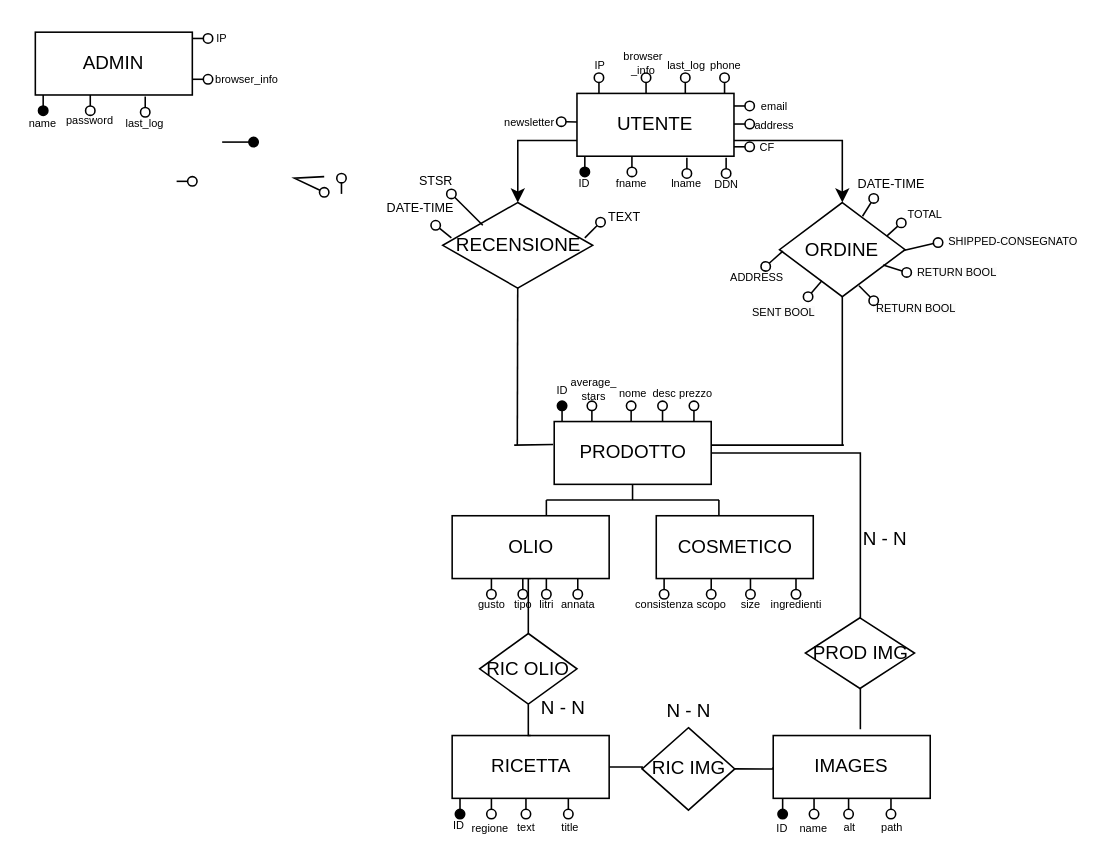
Pasqualecoder/FratelliMuraca keeps this draw.io diagram as diagramma er.drawio. Above is the earlier version. Source tidied: cells renumbered, new cells numbered last; positions are measured from the earlier drawing's top-left corner, leaving out a move shared by most shapes. Both pictures are drawn from the tidied source at 157%, with x=0, y=0 at pixel (27, 31).
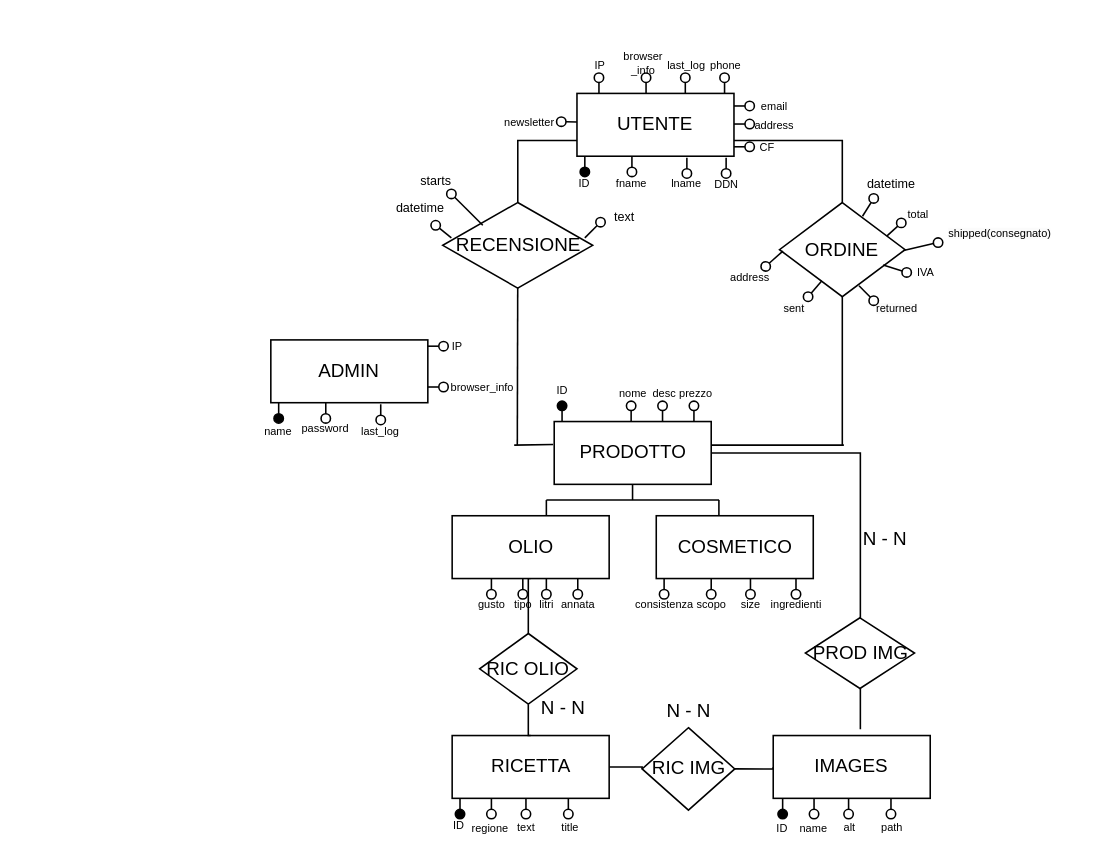
The same page after the edit.

Unchanged cells that the change refers to:
```xml
<mxCell id="17" value="UTENTE" style="whiteSpace=wrap;html=1;align=center;" parent="1" vertex="1">
  <mxGeometry x="350" y="39" width="100" height="40" as="geometry" />
</mxCell>
<mxCell id="105" value="RECENSIONE" style="rhombus;whiteSpace=wrap;html=1;" parent="1" vertex="1">
  <mxGeometry x="264.5" y="108.5" width="95.5" height="54.5" as="geometry" />
</mxCell>
<mxCell id="106" value="ORDINE" style="rhombus;whiteSpace=wrap;html=1;" parent="1" vertex="1">
  <mxGeometry x="479" y="108.5" width="80" height="60" as="geometry" />
</mxCell>
```

Change to the diagram source:
```diff
@@
     <mxCell id="2" value="ADMIN" style="whiteSpace=wrap;html=1;align=center;" parent="1" vertex="1">
-      <mxGeometry x="5" width="100" height="40" as="geometry" />
+      <mxGeometry x="155" y="196" width="100" height="40" as="geometry" />
     </mxCell>
-    <mxCell id="3" style="endArrow=oval;html=1;rounded=0;endFill=1;" parent="1" edge="1">
-      <mxGeometry relative="1" as="geometry">
-        <mxPoint x="124" y="70" as="sourcePoint" />
-        <mxPoint x="144" y="70" as="targetPoint" />
-      </mxGeometry>
-    </mxCell>
-    <mxCell id="4" style="endArrow=oval;html=1;rounded=0;endFill=0;" parent="1" edge="1">
-      <mxGeometry relative="1" as="geometry">
-        <mxPoint x="200" y="103" as="sourcePoint" />
-        <mxPoint x="200" y="93" as="targetPoint" />
-      </mxGeometry>
-    </mxCell>
     <mxCell id="5" style="endArrow=oval;html=1;rounded=0;endFill=1;" parent="1" edge="1">
       <mxGeometry relative="1" as="geometry">
-        <mxPoint x="10" y="40" as="sourcePoint" />
-        <mxPoint x="10" y="50" as="targetPoint" />
+        <mxPoint x="160" y="236" as="sourcePoint" />
+        <mxPoint x="160" y="246" as="targetPoint" />
       </mxGeometry>
     </mxCell>
     <mxCell id="6" value="name" style="text;html=1;align=center;verticalAlign=middle;whiteSpace=wrap;rounded=0;fontSize=7;" parent="1" vertex="1">
-      <mxGeometry y="54" width="20" height="10" as="geometry" />
+      <mxGeometry x="150" y="250" width="20" height="10" as="geometry" />
     </mxCell>
     <mxCell id="7" style="endArrow=oval;html=1;rounded=0;endFill=0;" parent="1" edge="1">
       <mxGeometry relative="1" as="geometry">
-        <mxPoint x="40" y="40" as="sourcePoint" />
-        <mxPoint x="40" y="50" as="targetPoint" />
+        <mxPoint x="190" y="236" as="sourcePoint" />
+        <mxPoint x="190" y="246" as="targetPoint" />
       </mxGeometry>
     </mxCell>
     <mxCell id="8" value="password" style="text;html=1;align=center;verticalAlign=middle;whiteSpace=wrap;rounded=0;fontSize=7;" parent="1" vertex="1">
-      <mxGeometry x="30" y="50" width="20" height="13" as="geometry" />
+      <mxGeometry x="180" y="246" width="20" height="13" as="geometry" />
     </mxCell>
     <mxCell id="9" style="endArrow=oval;html=1;rounded=0;endFill=0;" parent="1" edge="1">
       <mxGeometry relative="1" as="geometry">
-        <mxPoint x="75" y="41" as="sourcePoint" />
-        <mxPoint x="75" y="51" as="targetPoint" />
+        <mxPoint x="225" y="237" as="sourcePoint" />
+        <mxPoint x="225" y="247" as="targetPoint" />
       </mxGeometry>
     </mxCell>
     <mxCell id="10" value="last_log" style="text;html=1;align=center;verticalAlign=middle;whiteSpace=wrap;rounded=0;fontSize=7;" parent="1" vertex="1">
-      <mxGeometry x="65" y="54" width="20" height="10" as="geometry" />
+      <mxGeometry x="215" y="250" width="20" height="10" as="geometry" />
     </mxCell>
     <mxCell id="11" style="endArrow=oval;html=1;rounded=0;endFill=0;" parent="1" edge="1">
       <mxGeometry relative="1" as="geometry">
-        <mxPoint x="105" y="30" as="sourcePoint" />
-        <mxPoint x="115" y="30" as="targetPoint" />
+        <mxPoint x="255" y="226" as="sourcePoint" />
+        <mxPoint x="265" y="226" as="targetPoint" />
       </mxGeometry>
     </mxCell>
     <mxCell id="12" value="browser_info" style="text;html=1;align=center;verticalAlign=middle;whiteSpace=wrap;rounded=0;fontSize=7;" parent="1" vertex="1">
-      <mxGeometry x="130" y="26" width="20" height="10" as="geometry" />
+      <mxGeometry x="280" y="222" width="20" height="10" as="geometry" />
     </mxCell>
     <mxCell id="13" style="endArrow=oval;html=1;rounded=0;endFill=0;" parent="1" edge="1">
       <mxGeometry relative="1" as="geometry">
-        <mxPoint x="105" y="4" as="sourcePoint" />
-        <mxPoint x="115" y="4" as="targetPoint" />
+        <mxPoint x="255" y="200" as="sourcePoint" />
+        <mxPoint x="265" y="200" as="targetPoint" />
       </mxGeometry>
     </mxCell>
     <mxCell id="14" value="IP" style="text;html=1;align=center;verticalAlign=middle;whiteSpace=wrap;rounded=0;fontSize=7;" parent="1" vertex="1">
-      <mxGeometry x="114" width="20" height="10" as="geometry" />
+      <mxGeometry x="264" y="196" width="20" height="10" as="geometry" />
     </mxCell>
-    <mxCell id="15" style="edgeStyle=orthogonalEdgeStyle;rounded=0;jettySize=auto;html=1;exitX=0;exitY=0.75;exitDx=0;exitDy=0;" parent="1" edge="1" source="17" target="105">
+    <mxCell id="15" style="edgeStyle=orthogonalEdgeStyle;rounded=0;jettySize=auto;html=1;exitX=0;exitY=0.75;exitDx=0;exitDy=0;endArrow=none;endFill=0;" parent="1" edge="1" source="17" target="105">
       <mxGeometry relative="1" as="geometry" />
     </mxCell>
-    <mxCell id="16" style="edgeStyle=orthogonalEdgeStyle;rounded=0;jettySize=auto;html=1;exitX=1;exitY=0.75;exitDx=0;exitDy=0;" parent="1" edge="1" source="17" target="106">
+    <mxCell id="16" style="edgeStyle=orthogonalEdgeStyle;rounded=0;jettySize=auto;html=1;exitX=1;exitY=0.75;exitDx=0;exitDy=0;endArrow=none;endFill=0;" parent="1" edge="1" source="17" target="106">
       <mxGeometry relative="1" as="geometry" />
     </mxCell>
@@
-    <mxCell id="40" style="endArrow=oval;html=1;rounded=0;endFill=0;" parent="1" edge="1">
-      <mxGeometry relative="1" as="geometry">
-        <mxPoint x="189" y="92" as="sourcePoint" />
-        <mxPoint x="189" y="102" as="targetPoint" />
-        <Array as="points">
-          <mxPoint x="170" y="93" />
-        </Array>
-      </mxGeometry>
-    </mxCell>
-    <mxCell id="41" style="endArrow=oval;html=1;rounded=0;endFill=0;" parent="1" edge="1">
-      <mxGeometry relative="1" as="geometry">
-        <mxPoint x="95" y="95" as="sourcePoint" />
-        <mxPoint x="105" y="95" as="targetPoint" />
-      </mxGeometry>
-    </mxCell>
@@
-    <mxCell id="49" value="average_&lt;div&gt;stars&lt;/div&gt;" style="text;html=1;align=center;verticalAlign=middle;whiteSpace=wrap;rounded=0;fontSize=7;" parent="1" vertex="1">
-      <mxGeometry x="350.5" y="223" width="20" height="10" as="geometry" />
-    </mxCell>
-    <mxCell id="50" style="endArrow=oval;html=1;rounded=0;endFill=0;" parent="1" edge="1">
-      <mxGeometry relative="1" as="geometry">
-        <mxPoint x="359.5" y="248" as="sourcePoint" />
-        <mxPoint x="359.5" y="238" as="targetPoint" />
-      </mxGeometry>
-    </mxCell>
@@
-    <mxCell id="110" value="&lt;font style=&quot;font-size: 8px;&quot;&gt;STSR&lt;/font&gt;" style="text;html=1;align=center;verticalAlign=middle;strokeColor=none;fillColor=none;" parent="1" vertex="1">
+    <mxCell id="110" value="&lt;font style=&quot;font-size: 8px;&quot;&gt;starts&lt;/font&gt;" style="text;html=1;align=center;verticalAlign=middle;strokeColor=none;fillColor=none;" parent="1" vertex="1">
       <mxGeometry x="240" y="79" width="40" height="30" as="geometry" />
     </mxCell>
-    <mxCell id="111" value="&lt;span style=&quot;font-size: 8px;&quot;&gt;DATE-TIME&lt;/span&gt;" style="text;html=1;align=center;verticalAlign=middle;strokeColor=none;fillColor=none;" parent="1" vertex="1">
-      <mxGeometry x="215" y="96" width="70" height="30" as="geometry" />
+    <mxCell id="111" value="&lt;span style=&quot;font-size: 8px;&quot;&gt;datetime&lt;/span&gt;" style="text;html=1;align=center;verticalAlign=middle;strokeColor=none;fillColor=none;" parent="1" vertex="1">
+      <mxGeometry x="225" y="96" width="50" height="30" as="geometry" />
     </mxCell>
-    <mxCell id="112" value="&lt;span style=&quot;font-size: 8px;&quot;&gt;TEXT&lt;/span&gt;" style="text;html=1;align=center;verticalAlign=middle;strokeColor=none;fillColor=none;" parent="1" vertex="1">
+    <mxCell id="112" value="&lt;span style=&quot;font-size: 8px;&quot;&gt;text&lt;/span&gt;" style="text;html=1;align=center;verticalAlign=middle;strokeColor=none;fillColor=none;" parent="1" vertex="1">
       <mxGeometry x="360" y="102" width="40" height="30" as="geometry" />
     </mxCell>
-    <mxCell id="113" value="&lt;span style=&quot;font-size: 8px;&quot;&gt;DATE-TIME&lt;/span&gt;" style="text;html=1;align=center;verticalAlign=middle;strokeColor=none;fillColor=none;" parent="1" vertex="1">
-      <mxGeometry x="515" y="81" width="70" height="30" as="geometry" />
+    <mxCell id="113" value="&lt;span style=&quot;font-size: 8px;&quot;&gt;datetime&lt;/span&gt;" style="text;html=1;align=center;verticalAlign=middle;strokeColor=none;fillColor=none;" parent="1" vertex="1">
+      <mxGeometry x="525" y="81" width="50" height="30" as="geometry" />
     </mxCell>
-    <mxCell id="114" value="&lt;div style=&quot;text-align: center;&quot;&gt;&lt;span style=&quot;background-color: initial; font-size: 7px;&quot;&gt;TOTAL&lt;/span&gt;&lt;/div&gt;" style="text;whiteSpace=wrap;html=1;" parent="1" vertex="1">
+    <mxCell id="114" value="&lt;div style=&quot;text-align: center;&quot;&gt;&lt;span style=&quot;background-color: initial; font-size: 7px;&quot;&gt;total&lt;/span&gt;&lt;/div&gt;" style="text;whiteSpace=wrap;html=1;" parent="1" vertex="1">
       <mxGeometry x="559" y="101" width="20" height="20" as="geometry" />
     </mxCell>
-    <mxCell id="115" value="&lt;span style=&quot;color: rgb(0, 0, 0); font-family: Helvetica; font-size: 7px; font-style: normal; font-variant-ligatures: normal; font-variant-caps: normal; font-weight: 400; letter-spacing: normal; orphans: 2; text-align: center; text-indent: 0px; text-transform: none; widows: 2; word-spacing: 0px; -webkit-text-stroke-width: 0px; white-space: normal; background-color: rgb(251, 251, 251); text-decoration-thickness: initial; text-decoration-style: initial; text-decoration-color: initial; display: inline !important; float: none;&quot;&gt;SHIPPED-CONSEGNATO&lt;/span&gt;" style="text;whiteSpace=wrap;html=1;" parent="1" vertex="1">
+    <mxCell id="115" value="&lt;span style=&quot;color: rgb(0, 0, 0); font-family: Helvetica; font-size: 7px; font-style: normal; font-variant-ligatures: normal; font-variant-caps: normal; font-weight: 400; letter-spacing: normal; orphans: 2; text-align: center; text-indent: 0px; text-transform: none; widows: 2; word-spacing: 0px; -webkit-text-stroke-width: 0px; white-space: normal; background-color: rgb(251, 251, 251); text-decoration-thickness: initial; text-decoration-style: initial; text-decoration-color: initial; float: none; display: inline !important;&quot;&gt;shipped(consegnato)&lt;/span&gt;" style="text;whiteSpace=wrap;html=1;fontSize=7;" parent="1" vertex="1">
       <mxGeometry x="585" y="118" width="85" height="20" as="geometry" />
     </mxCell>
-    <mxCell id="116" value="&lt;span style=&quot;color: rgb(0, 0, 0); font-family: Helvetica; font-size: 7px; font-style: normal; font-variant-ligatures: normal; font-variant-caps: normal; font-weight: 400; letter-spacing: normal; orphans: 2; text-align: center; text-indent: 0px; text-transform: none; widows: 2; word-spacing: 0px; -webkit-text-stroke-width: 0px; white-space: normal; background-color: rgb(251, 251, 251); text-decoration-thickness: initial; text-decoration-style: initial; text-decoration-color: initial; display: inline !important; float: none;&quot;&gt;RETURN BOOL&lt;/span&gt;" style="text;whiteSpace=wrap;html=1;" parent="1" vertex="1">
+    <mxCell id="116" value="&lt;div style=&quot;text-align: center;&quot;&gt;&lt;span style=&quot;background-color: initial; font-size: 7px;&quot;&gt;IVA&lt;/span&gt;&lt;/div&gt;" style="text;whiteSpace=wrap;html=1;" parent="1" vertex="1">
       <mxGeometry x="565" y="138" width="65" height="20" as="geometry" />
     </mxCell>
-    <mxCell id="117" value="&lt;div style=&quot;text-align: center;&quot;&gt;&lt;span style=&quot;background-color: initial; font-size: 7px;&quot;&gt;ADDRESS&lt;/span&gt;&lt;/div&gt;" style="text;whiteSpace=wrap;html=1;" parent="1" vertex="1">
+    <mxCell id="117" value="&lt;div style=&quot;text-align: center;&quot;&gt;&lt;span style=&quot;background-color: initial; font-size: 7px;&quot;&gt;address&lt;/span&gt;&lt;/div&gt;" style="text;whiteSpace=wrap;html=1;" parent="1" vertex="1">
       <mxGeometry x="446" y="141" width="20" height="20" as="geometry" />
     </mxCell>
-    <mxCell id="118" value="&lt;span style=&quot;color: rgb(0, 0, 0); font-family: Helvetica; font-size: 7px; font-style: normal; font-variant-ligatures: normal; font-variant-caps: normal; font-weight: 400; letter-spacing: normal; orphans: 2; text-align: center; text-indent: 0px; text-transform: none; widows: 2; word-spacing: 0px; -webkit-text-stroke-width: 0px; white-space: normal; background-color: rgb(251, 251, 251); text-decoration-thickness: initial; text-decoration-style: initial; text-decoration-color: initial; display: inline !important; float: none;&quot;&gt;RETURN BOOL&lt;/span&gt;" style="text;whiteSpace=wrap;html=1;" parent="1" vertex="1">
+    <mxCell id="118" value="&lt;span style=&quot;color: rgb(0, 0, 0); font-family: Helvetica; font-size: 7px; font-style: normal; font-variant-ligatures: normal; font-variant-caps: normal; font-weight: 400; letter-spacing: normal; orphans: 2; text-align: center; text-indent: 0px; text-transform: none; widows: 2; word-spacing: 0px; -webkit-text-stroke-width: 0px; white-space: normal; background-color: rgb(251, 251, 251); text-decoration-thickness: initial; text-decoration-style: initial; text-decoration-color: initial; display: inline !important; float: none;&quot;&gt;returned&lt;/span&gt;" style="text;whiteSpace=wrap;html=1;" parent="1" vertex="1">
       <mxGeometry x="539" y="161" width="61" height="20" as="geometry" />
     </mxCell>
-    <mxCell id="119" value="&lt;span style=&quot;color: rgb(0, 0, 0); font-family: Helvetica; font-size: 7px; font-style: normal; font-variant-ligatures: normal; font-variant-caps: normal; font-weight: 400; letter-spacing: normal; orphans: 2; text-align: center; text-indent: 0px; text-transform: none; widows: 2; word-spacing: 0px; -webkit-text-stroke-width: 0px; white-space: normal; background-color: rgb(251, 251, 251); text-decoration-thickness: initial; text-decoration-style: initial; text-decoration-color: initial; display: inline !important; float: none;&quot;&gt;SENT BOOL&lt;/span&gt;" style="text;whiteSpace=wrap;html=1;" parent="1" vertex="1">
-      <mxGeometry x="460" y="163" width="46" height="20" as="geometry" />
+    <mxCell id="119" value="&lt;span style=&quot;color: rgb(0, 0, 0); font-family: Helvetica; font-size: 7px; font-style: normal; font-variant-ligatures: normal; font-variant-caps: normal; font-weight: 400; letter-spacing: normal; orphans: 2; text-align: center; text-indent: 0px; text-transform: none; widows: 2; word-spacing: 0px; -webkit-text-stroke-width: 0px; white-space: normal; background-color: rgb(251, 251, 251); text-decoration-thickness: initial; text-decoration-style: initial; text-decoration-color: initial; display: inline !important; float: none;&quot;&gt;sent&lt;/span&gt;" style="text;whiteSpace=wrap;html=1;" parent="1" vertex="1">
+      <mxGeometry x="479.5" y="161" width="46" height="20" as="geometry" />
     </mxCell>
```
